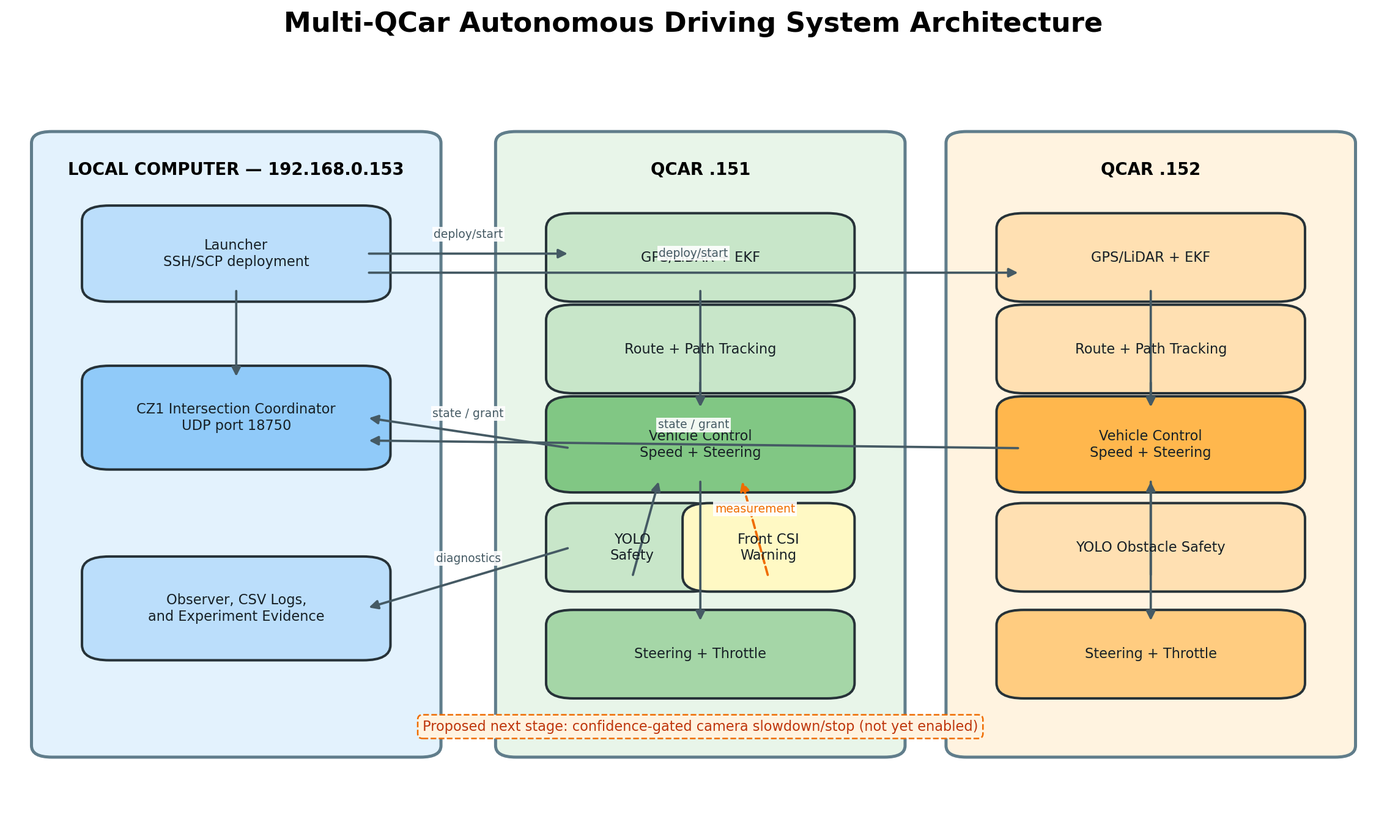
Earlier version of the Mermaid export docs/system_architecture.png (Fis-ayo/QCar). Its source is kept beside it as docs/system_architecture.mmd. Source of this version:
```mermaid
flowchart LR
    subgraph PC[Local Windows Computer — 192.168.0.153]
        LAUNCH[Launcher\nrun_all_cars.bat / start.py]
        COORD[Intersection Coordinator\nUDP 18750]
        OBS[Observer and Logs]
        LAUNCH --> COORD
        LAUNCH --> OBS
    end

    subgraph Q151[QCar .151]
        VC151[Vehicle Control]
        LOC151[GPS/LiDAR + EKF]
        PATH151[Route and Path Tracking]
        YOLO151[YOLO Obstacle Safety]
        CSI151[Front CSI Lane Measurement]
        ACT151[Steering and Throttle]
        LOC151 --> VC151
        PATH151 --> VC151
        YOLO151 --> VC151
        CSI151 -. warning only .-> VC151
        VC151 --> ACT151
    end

    subgraph Q152[QCar .152]
        VC152[Vehicle Control]
        LOC152[GPS/LiDAR + EKF]
        PATH152[Route and Path Tracking]
        YOLO152[YOLO Obstacle Safety]
        ACT152[Steering and Throttle]
        LOC152 --> VC152
        PATH152 --> VC152
        YOLO152 --> VC152
        VC152 --> ACT152
    end

    LAUNCH -->|SSH/SCP deploy and start| VC151
    LAUNCH -->|SSH/SCP deploy and start| VC152
    VC151 <-->|state / reservation grant| COORD
    VC152 <-->|state / reservation grant| COORD
    CSI151 -->|diagnostics| OBS
    VC151 -->|vehicle logs| OBS
    VC152 -->|vehicle logs| OBS

    CSI151 -. proposed next: bounded slowdown/stop .-> ACT151
```
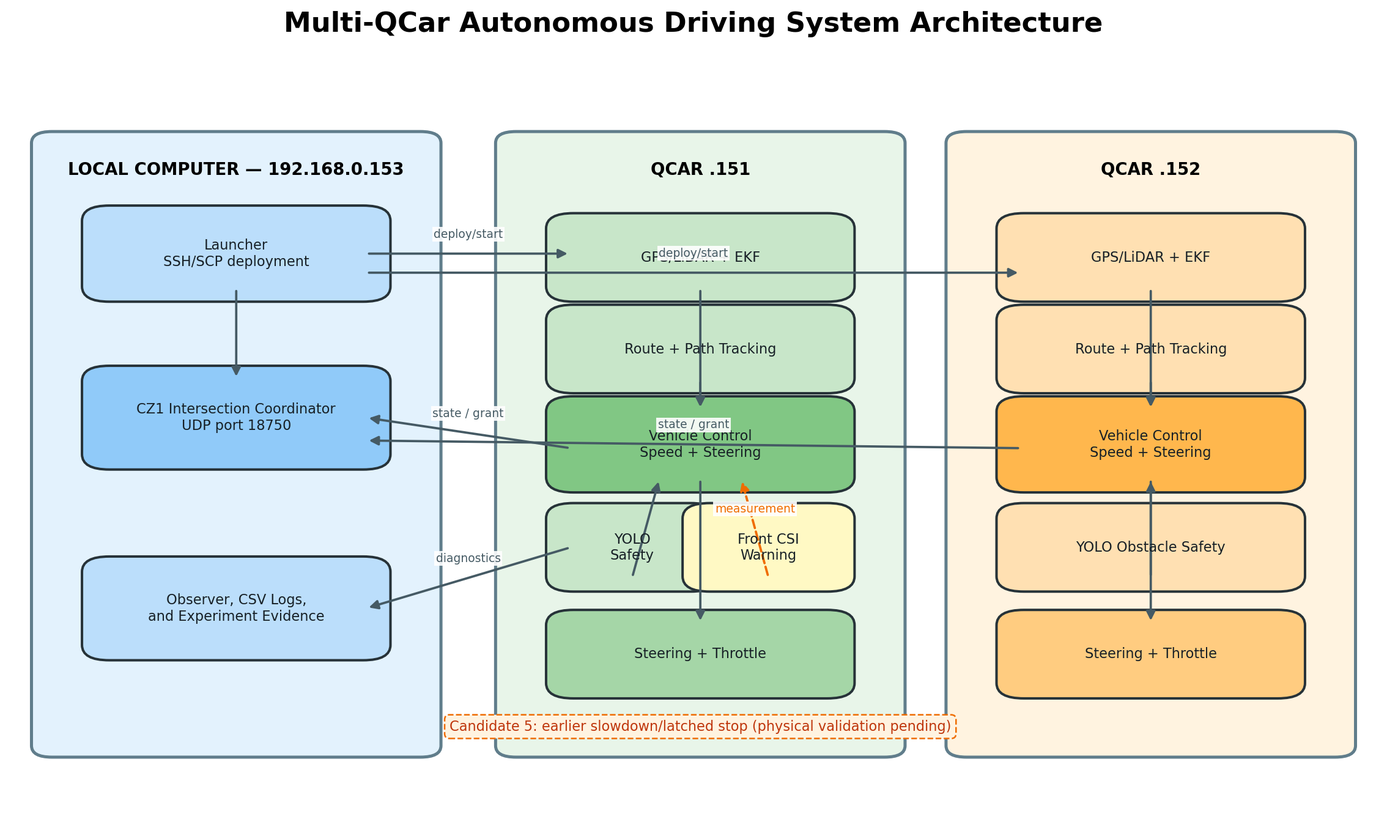
The same file after the commit.

What changed in the source:
```diff
@@ -41,4 +41,4 @@
     VC151 -->|vehicle logs| OBS
     VC152 -->|vehicle logs| OBS
 
-    CSI151 -. proposed next: bounded slowdown/stop .-> ACT151
+    CSI151 -. Candidate 5: earlier bounded speed restriction .-> ACT151
```
